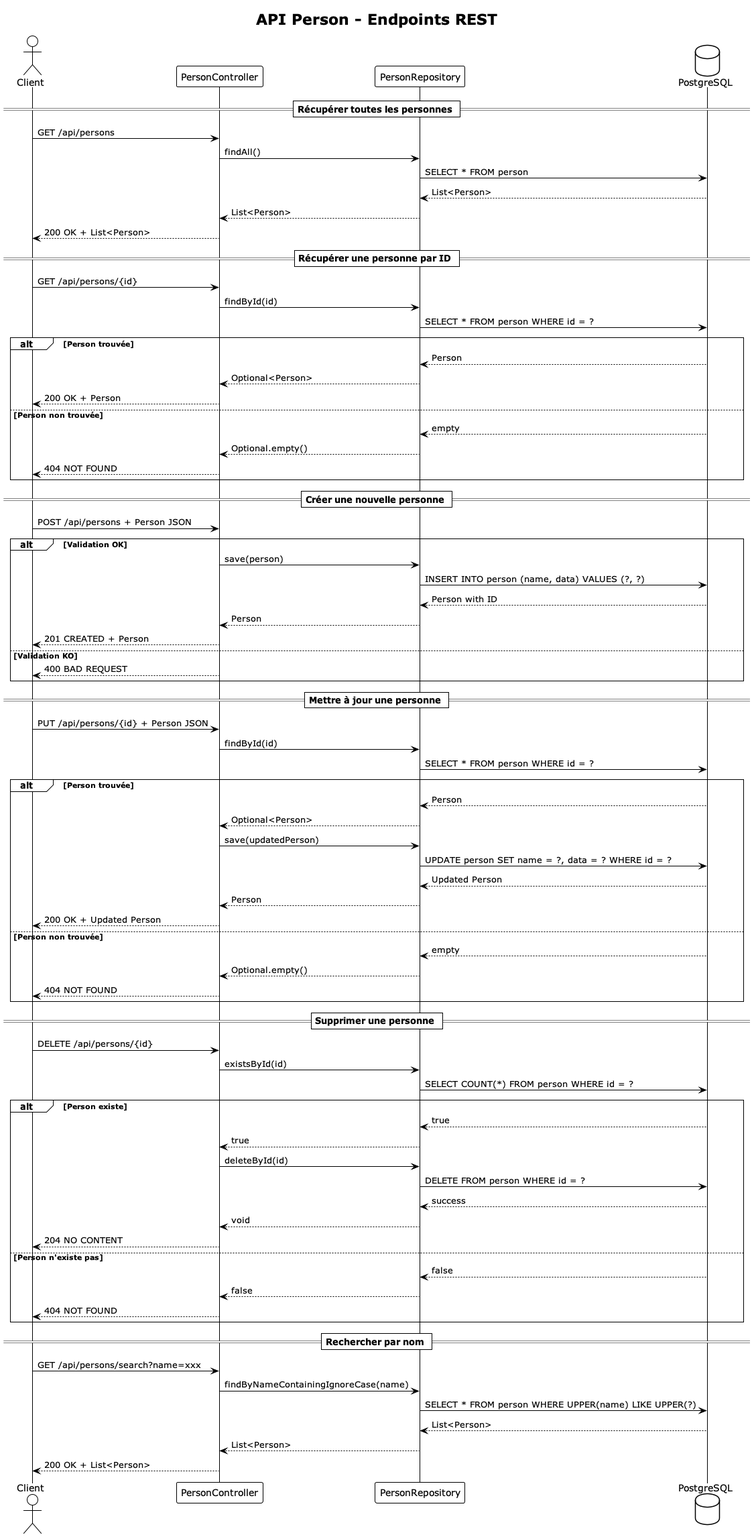
The PlantUML diagram out/docs/sequence-diagram/api-endpoints.png in DieuDuHub/springclaude, before a commit. Its diagram source:
```plantuml
@startuml api-endpoints
!theme plain
title API Person - Endpoints REST

actor Client
participant PersonController
participant PersonRepository
database PostgreSQL

== Récupérer toutes les personnes ==
Client -> PersonController : GET /api/persons
PersonController -> PersonRepository : findAll()
PersonRepository -> PostgreSQL : SELECT * FROM person
PostgreSQL --> PersonRepository : List<Person>
PersonRepository --> PersonController : List<Person>
PersonController --> Client : 200 OK + List<Person>

== Récupérer une personne par ID ==
Client -> PersonController : GET /api/persons/{id}
PersonController -> PersonRepository : findById(id)
PersonRepository -> PostgreSQL : SELECT * FROM person WHERE id = ?
alt Person trouvée
    PostgreSQL --> PersonRepository : Person
    PersonRepository --> PersonController : Optional<Person>
    PersonController --> Client : 200 OK + Person
else Person non trouvée
    PostgreSQL --> PersonRepository : empty
    PersonRepository --> PersonController : Optional.empty()
    PersonController --> Client : 404 NOT FOUND
end

== Créer une nouvelle personne ==
Client -> PersonController : POST /api/persons + Person JSON
alt Validation OK
    PersonController -> PersonRepository : save(person)
    PersonRepository -> PostgreSQL : INSERT INTO person (name, data) VALUES (?, ?)
    PostgreSQL --> PersonRepository : Person with ID
    PersonRepository --> PersonController : Person
    PersonController --> Client : 201 CREATED + Person
else Validation KO
    PersonController --> Client : 400 BAD REQUEST
end

== Mettre à jour une personne ==
Client -> PersonController : PUT /api/persons/{id} + Person JSON
PersonController -> PersonRepository : findById(id)
PersonRepository -> PostgreSQL : SELECT * FROM person WHERE id = ?
alt Person trouvée
    PostgreSQL --> PersonRepository : Person
    PersonRepository --> PersonController : Optional<Person>
    PersonController -> PersonRepository : save(updatedPerson)
    PersonRepository -> PostgreSQL : UPDATE person SET name = ?, data = ? WHERE id = ?
    PostgreSQL --> PersonRepository : Updated Person
    PersonRepository --> PersonController : Person
    PersonController --> Client : 200 OK + Updated Person
else Person non trouvée
    PostgreSQL --> PersonRepository : empty
    PersonRepository --> PersonController : Optional.empty()
    PersonController --> Client : 404 NOT FOUND
end

== Supprimer une personne ==
Client -> PersonController : DELETE /api/persons/{id}
PersonController -> PersonRepository : existsById(id)
PersonRepository -> PostgreSQL : SELECT COUNT(*) FROM person WHERE id = ?
alt Person existe
    PostgreSQL --> PersonRepository : true
    PersonRepository --> PersonController : true
    PersonController -> PersonRepository : deleteById(id)
    PersonRepository -> PostgreSQL : DELETE FROM person WHERE id = ?
    PostgreSQL --> PersonRepository : success
    PersonRepository --> PersonController : void
    PersonController --> Client : 204 NO CONTENT
else Person n'existe pas
    PostgreSQL --> PersonRepository : false
    PersonRepository --> PersonController : false
    PersonController --> Client : 404 NOT FOUND
end

== Rechercher par nom ==
Client -> PersonController : GET /api/persons/search?name=xxx
PersonController -> PersonRepository : findByNameContainingIgnoreCase(name)
PersonRepository -> PostgreSQL : SELECT * FROM person WHERE UPPER(name) LIKE UPPER(?)
PostgreSQL --> PersonRepository : List<Person>
PersonRepository --> PersonController : List<Person>
PersonController --> Client : 200 OK + List<Person>

@enduml
```
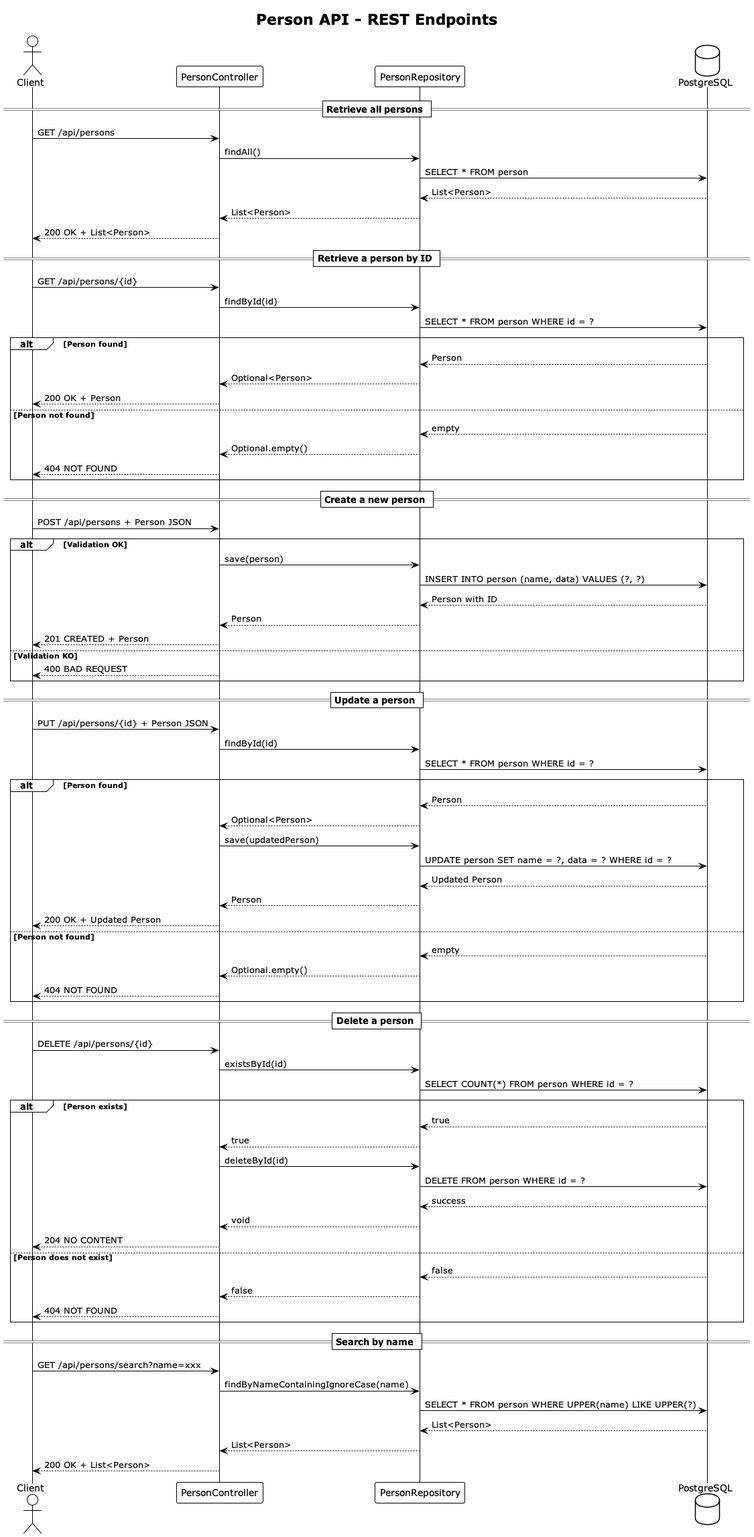
The same file after the commit.

What changed in the source:
```diff
@@ -1,13 +1,13 @@
 @startuml api-endpoints
 !theme plain
-title API Person - Endpoints REST
+title Person API - REST Endpoints
 
 actor Client
 participant PersonController
 participant PersonRepository
 database PostgreSQL
 
-== Récupérer toutes les personnes ==
+== Retrieve all persons ==
 Client -> PersonController : GET /api/persons
 PersonController -> PersonRepository : findAll()
 PersonRepository -> PostgreSQL : SELECT * FROM person
@@ -15,21 +15,21 @@
 PersonRepository --> PersonController : List<Person>
 PersonController --> Client : 200 OK + List<Person>
 
-== Récupérer une personne par ID ==
+== Retrieve a person by ID ==
 Client -> PersonController : GET /api/persons/{id}
 PersonController -> PersonRepository : findById(id)
 PersonRepository -> PostgreSQL : SELECT * FROM person WHERE id = ?
-alt Person trouvée
+alt Person found
     PostgreSQL --> PersonRepository : Person
     PersonRepository --> PersonController : Optional<Person>
     PersonController --> Client : 200 OK + Person
-else Person non trouvée
+else Person not found
     PostgreSQL --> PersonRepository : empty
     PersonRepository --> PersonController : Optional.empty()
     PersonController --> Client : 404 NOT FOUND
 end
 
-== Créer une nouvelle personne ==
+== Create a new person ==
 Client -> PersonController : POST /api/persons + Person JSON
 alt Validation OK
     PersonController -> PersonRepository : save(person)
@@ -41,11 +41,11 @@
     PersonController --> Client : 400 BAD REQUEST
 end
 
-== Mettre à jour une personne ==
+== Update a person ==
 Client -> PersonController : PUT /api/persons/{id} + Person JSON
 PersonController -> PersonRepository : findById(id)
 PersonRepository -> PostgreSQL : SELECT * FROM person WHERE id = ?
-alt Person trouvée
+alt Person found
     PostgreSQL --> PersonRepository : Person
     PersonRepository --> PersonController : Optional<Person>
     PersonController -> PersonRepository : save(updatedPerson)
@@ -53,17 +53,17 @@
     PostgreSQL --> PersonRepository : Updated Person
     PersonRepository --> PersonController : Person
     PersonController --> Client : 200 OK + Updated Person
-else Person non trouvée
+else Person not found
     PostgreSQL --> PersonRepository : empty
     PersonRepository --> PersonController : Optional.empty()
     PersonController --> Client : 404 NOT FOUND
 end
 
-== Supprimer une personne ==
+== Delete a person ==
 Client -> PersonController : DELETE /api/persons/{id}
 PersonController -> PersonRepository : existsById(id)
 PersonRepository -> PostgreSQL : SELECT COUNT(*) FROM person WHERE id = ?
-alt Person existe
+alt Person exists
     PostgreSQL --> PersonRepository : true
     PersonRepository --> PersonController : true
     PersonController -> PersonRepository : deleteById(id)
@@ -71,13 +71,13 @@
     PostgreSQL --> PersonRepository : success
     PersonRepository --> PersonController : void
     PersonController --> Client : 204 NO CONTENT
-else Person n'existe pas
+else Person does not exist
     PostgreSQL --> PersonRepository : false
     PersonRepository --> PersonController : false
     PersonController --> Client : 404 NOT FOUND
 end
 
-== Rechercher par nom ==
+== Search by name ==
 Client -> PersonController : GET /api/persons/search?name=xxx
 PersonController -> PersonRepository : findByNameContainingIgnoreCase(name)
 PersonRepository -> PostgreSQL : SELECT * FROM person WHERE UPPER(name) LIKE UPPER(?)
```
